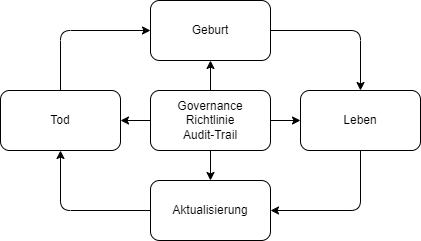
This is seminararbeit/assets/idlc.png from m-heim/IT-GRC, a draw.io export, as it was before one commit. Source tidied: cells renumbered, new cells last; positions are measured from the earlier drawing's top-left corner, leaving out a move shared by most shapes.
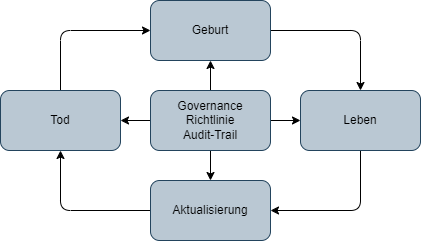
The same file after the commit.

What changed in the source:
```diff
@@ -14,7 +14,7 @@
     <mxCell id="5" style="edgeStyle=none;html=1;entryX=1;entryY=0.5;entryDx=0;entryDy=0;" parent="1" edge="1" source="6" target="8">
       <mxGeometry relative="1" as="geometry" />
     </mxCell>
-    <mxCell id="6" value="Governance&lt;br&gt;Richtlinie&lt;br&gt;Audit-Trail" style="rounded=1;whiteSpace=wrap;html=1;" parent="1" vertex="1">
+    <mxCell id="6" value="Governance&lt;br&gt;Richtlinie&lt;br&gt;Audit-Trail" style="rounded=1;whiteSpace=wrap;html=1;fillColor=#bac8d3;strokeColor=#23445d;fontColor=#000000;" parent="1" vertex="1">
       <mxGeometry x="150" y="90" width="120" height="60" as="geometry" />
     </mxCell>
     <mxCell id="7" style="edgeStyle=none;html=1;entryX=0;entryY=0.5;entryDx=0;entryDy=0;" parent="1" edge="1" source="8" target="14">
@@ -24,7 +24,7 @@
         </Array>
       </mxGeometry>
     </mxCell>
-    <mxCell id="8" value="Tod" style="rounded=1;whiteSpace=wrap;html=1;" parent="1" vertex="1">
+    <mxCell id="8" value="Tod" style="rounded=1;whiteSpace=wrap;html=1;fillColor=#bac8d3;strokeColor=#23445d;fontColor=#000000;" parent="1" vertex="1">
       <mxGeometry y="90" width="120" height="60" as="geometry" />
     </mxCell>
     <mxCell id="9" style="edgeStyle=none;html=1;entryX=0.5;entryY=1;entryDx=0;entryDy=0;" parent="1" edge="1" source="10" target="8">
@@ -34,7 +34,7 @@
         </Array>
       </mxGeometry>
     </mxCell>
-    <mxCell id="10" value="Aktualisierung&lt;br&gt;" style="rounded=1;whiteSpace=wrap;html=1;" parent="1" vertex="1">
+    <mxCell id="10" value="Aktualisierung&lt;br&gt;" style="rounded=1;whiteSpace=wrap;html=1;fillColor=#bac8d3;strokeColor=#23445d;fontColor=#000000;" parent="1" vertex="1">
       <mxGeometry x="150" y="180" width="120" height="60" as="geometry" />
     </mxCell>
     <mxCell id="11" style="edgeStyle=none;html=1;entryX=1;entryY=0.5;entryDx=0;entryDy=0;" parent="1" edge="1" source="12" target="10">
@@ -44,7 +44,7 @@
         </Array>
       </mxGeometry>
     </mxCell>
-    <mxCell id="12" value="Leben" style="rounded=1;whiteSpace=wrap;html=1;" parent="1" vertex="1">
+    <mxCell id="12" value="Leben" style="rounded=1;whiteSpace=wrap;html=1;fillColor=#bac8d3;strokeColor=#23445d;fontColor=#000000;" parent="1" vertex="1">
       <mxGeometry x="300" y="90" width="120" height="60" as="geometry" />
     </mxCell>
     <mxCell id="13" style="edgeStyle=none;html=1;entryX=0.5;entryY=0;entryDx=0;entryDy=0;" parent="1" edge="1" source="14" target="12">
@@ -54,7 +54,7 @@
         </Array>
       </mxGeometry>
     </mxCell>
-    <mxCell id="14" value="Geburt" style="rounded=1;whiteSpace=wrap;html=1;" parent="1" vertex="1">
+    <mxCell id="14" value="Geburt" style="rounded=1;whiteSpace=wrap;html=1;fillColor=#bac8d3;strokeColor=#23445d;fontColor=#000000;" parent="1" vertex="1">
       <mxGeometry x="150" width="120" height="60" as="geometry" />
     </mxCell>
   </root>
```
